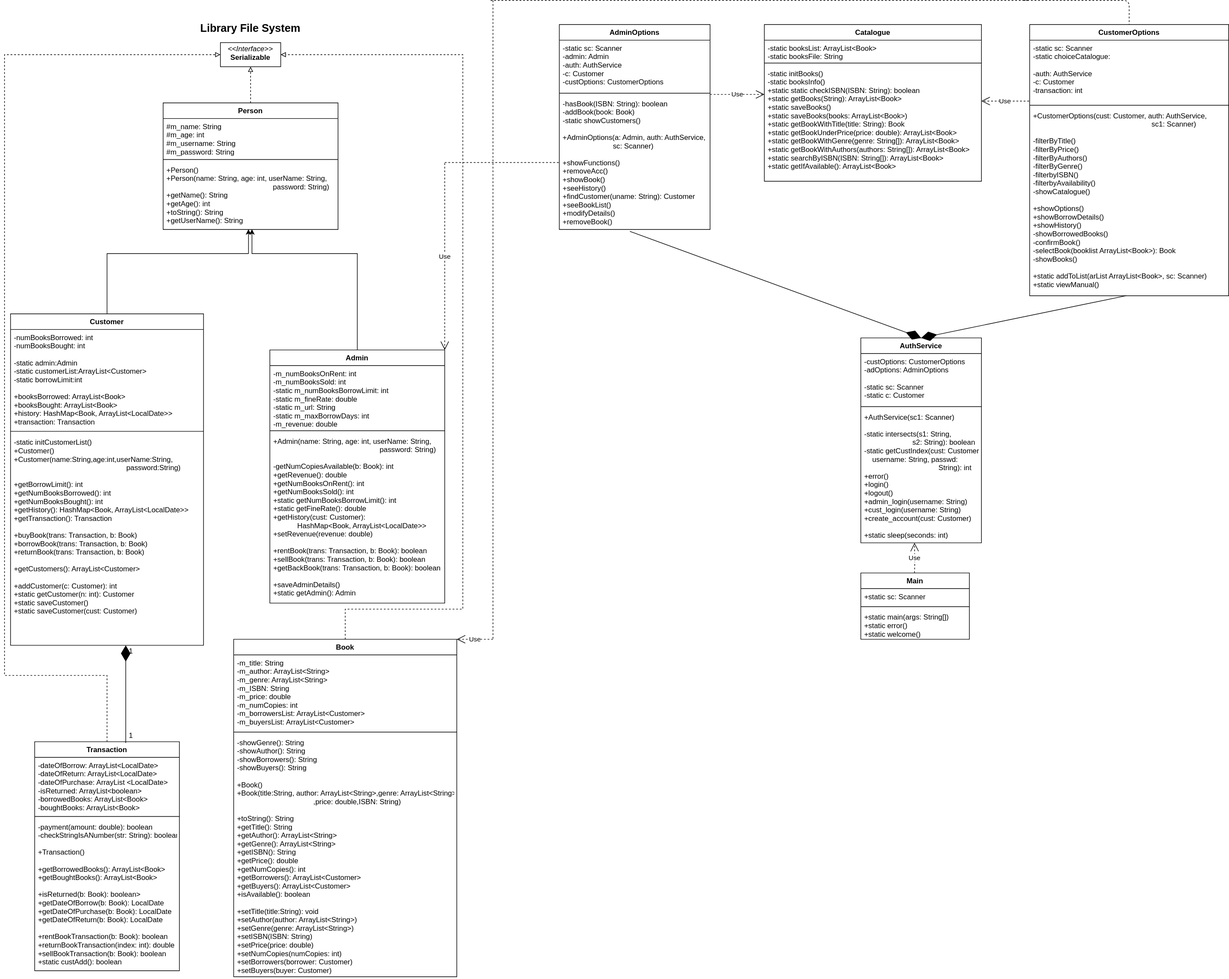
Earlier version of the draw.io export Library/control-flows/Library.svg (adarsh-kishore786/IT-Project). Source tidied: cells renumbered, new cells last; positions are measured from the earlier drawing's top-left corner, leaving out a move shared by most shapes.
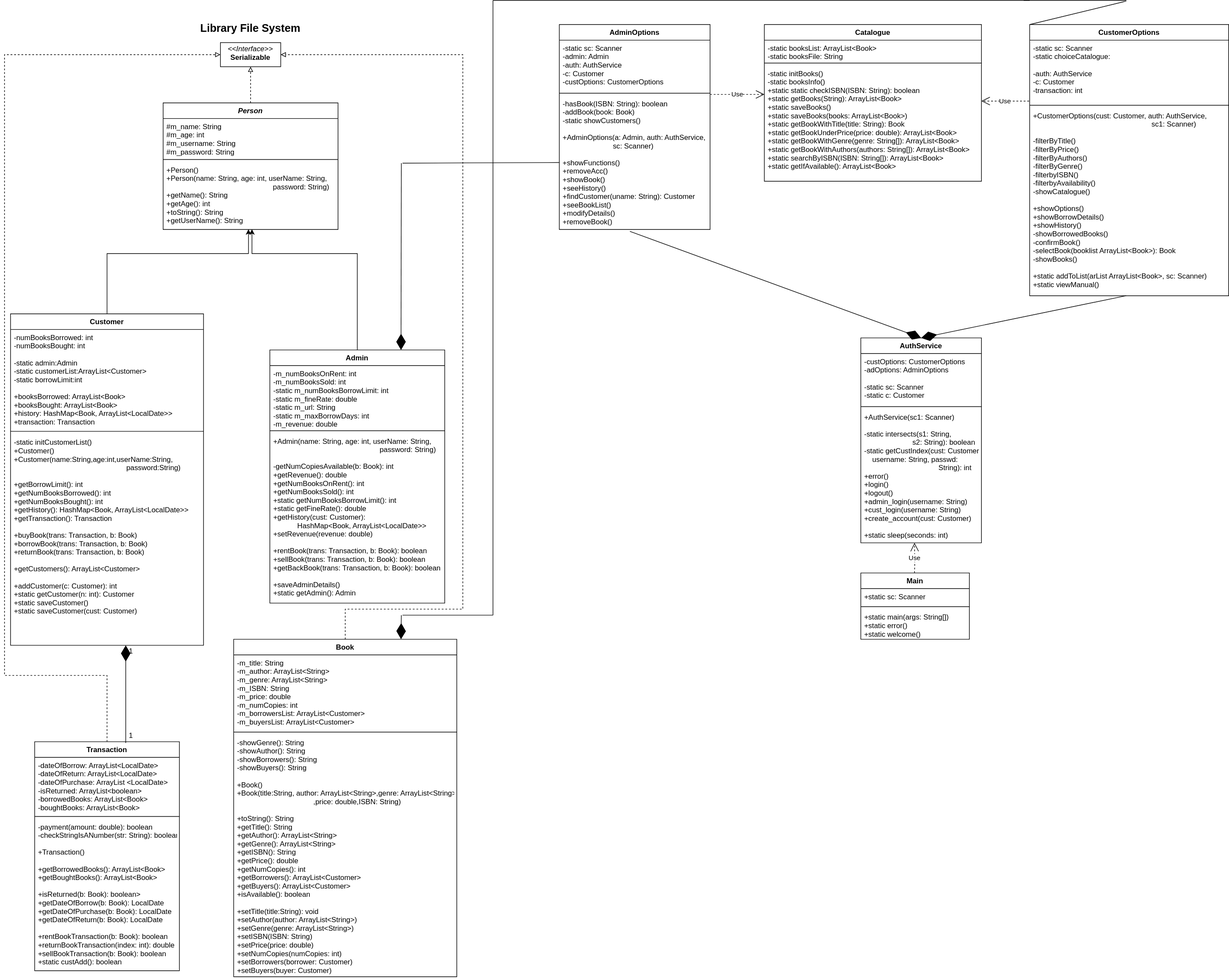
Above is the later version.

Diff of the diagram source:
```diff
@@ -5,7 +5,7 @@
     <mxCell id="2" style="edgeStyle=orthogonalEdgeStyle;rounded=0;jettySize=auto;html=1;exitX=0.5;exitY=0;exitDx=0;exitDy=0;entryX=0.5;entryY=1;entryDx=0;entryDy=0;dashed=1;endArrow=block;endFill=0;" parent="1" edge="1" source="3" target="28">
       <mxGeometry relative="1" as="geometry" />
     </mxCell>
-    <mxCell id="3" value="Person" style="swimlane;fontStyle=1;align=center;verticalAlign=top;horizontal=1;startSize=26;" parent="1" vertex="1">
+    <mxCell id="3" value="Person" style="swimlane;fontStyle=3;align=center;verticalAlign=top;horizontal=1;startSize=26;" parent="1" vertex="1">
       <mxGeometry x="263" y="170" width="290" height="210" as="geometry" />
     </mxCell>
     <mxCell id="4" value="#m_name: String&#10;#m_age: int&#10;#m_username: String&#10;#m_password: String" style="text;strokeColor=none;fillColor=none;align=left;verticalAlign=top;spacingLeft=4;spacingRight=4;overflow=hidden;" parent="3" vertex="1">
@@ -194,22 +194,12 @@
     <mxCell id="54" value="Use" style="endArrow=open;endSize=12;dashed=1;html=1;exitX=-0.003;exitY=0.971;exitDx=0;exitDy=0;exitPerimeter=0;entryX=1;entryY=0.307;entryDx=0;entryDy=0;entryPerimeter=0;rounded=0;" parent="1" edge="1" source="50" target="41">
       <mxGeometry relative="1" as="geometry" />
     </mxCell>
-    <mxCell id="55" value="Use" style="endArrow=open;endSize=12;dashed=1;html=1;entryX=1;entryY=0;entryDx=0;entryDy=0;" parent="1" edge="1" target="18">
-      <mxGeometry relative="1" as="geometry">
-        <mxPoint x="810" y="1060" as="sourcePoint" />
-      </mxGeometry>
-    </mxCell>
-    <mxCell id="56" value="Use" style="endArrow=open;endSize=12;dashed=1;html=1;entryX=1;entryY=0;entryDx=0;entryDy=0;" parent="1" edge="1" target="13">
-      <mxGeometry relative="1" as="geometry">
-        <mxPoint x="730" y="270" as="sourcePoint" />
-      </mxGeometry>
-    </mxCell>
-    <mxCell id="57" style="endArrow=none;dashed=1;html=1;entryX=0;entryY=0.5;entryDx=0;entryDy=0;" parent="1" edge="1" target="37">
+    <mxCell id="57" style="endArrow=none;html=1;entryX=0;entryY=0.5;entryDx=0;entryDy=0;" parent="1" edge="1" target="37">
       <mxGeometry relative="1" as="geometry">
-        <mxPoint x="730" y="269" as="sourcePoint" />
+        <mxPoint x="660" y="270" as="sourcePoint" />
       </mxGeometry>
     </mxCell>
-    <mxCell id="58" style="endArrow=none;dashed=1;html=1;entryX=0.5;entryY=0;entryDx=0;entryDy=0;" parent="1" edge="1" target="49">
+    <mxCell id="58" style="endArrow=none;html=1;entryX=0;entryY=0;entryDx=0;entryDy=0;" parent="1" edge="1" target="49">
       <mxGeometry relative="1" as="geometry">
         <mxPoint x="1690" as="sourcePoint" />
         <Array as="points">
@@ -217,16 +207,16 @@
         </Array>
       </mxGeometry>
     </mxCell>
-    <mxCell id="59" style="endArrow=none;dashed=1;html=1;" parent="1" edge="1">
+    <mxCell id="59" style="endArrow=none;html=1;" parent="1" edge="1">
       <mxGeometry relative="1" as="geometry">
-        <mxPoint x="806" as="sourcePoint" />
+        <mxPoint x="810" as="sourcePoint" />
         <mxPoint x="1700" as="targetPoint" />
       </mxGeometry>
     </mxCell>
-    <mxCell id="60" style="endArrow=none;dashed=1;html=1;" parent="1" edge="1">
+    <mxCell id="60" style="endArrow=none;html=1;" parent="1" edge="1">
       <mxGeometry relative="1" as="geometry">
         <mxPoint x="810" as="sourcePoint" />
-        <mxPoint x="810" y="1060" as="targetPoint" />
+        <mxPoint x="810" y="1020" as="targetPoint" />
       </mxGeometry>
     </mxCell>
     <mxCell id="61" style="endArrow=diamondThin;endFill=1;endSize=24;html=1;entryX=0.5;entryY=0;entryDx=0;entryDy=0;exitX=0.468;exitY=1.014;exitDx=0;exitDy=0;exitPerimeter=0;" parent="1" edge="1" source="37" target="45">
@@ -235,5 +225,21 @@
     <mxCell id="62" style="endArrow=diamondThin;endFill=1;endSize=24;html=1;entryX=0.5;entryY=0;entryDx=0;entryDy=0;exitX=0.485;exitY=1;exitDx=0;exitDy=0;exitPerimeter=0;" parent="1" edge="1" source="52" target="45">
       <mxGeometry relative="1" as="geometry" />
     </mxCell>
+    <mxCell id="63" style="endArrow=none;html=1;" parent="1" edge="1">
+      <mxGeometry relative="1" as="geometry">
+        <mxPoint x="660" y="1020" as="sourcePoint" />
+        <mxPoint x="810" y="1020" as="targetPoint" />
+      </mxGeometry>
+    </mxCell>
+    <mxCell id="64" style="endArrow=diamondThin;endFill=1;endSize=24;html=1;entryX=0.75;entryY=0;entryDx=0;entryDy=0;" parent="1" edge="1" target="13">
+      <mxGeometry relative="1" as="geometry">
+        <mxPoint x="658" y="270" as="sourcePoint" />
+      </mxGeometry>
+    </mxCell>
+    <mxCell id="65" style="endArrow=diamondThin;endFill=1;endSize=24;html=1;entryX=0.75;entryY=0;entryDx=0;entryDy=0;" parent="1" edge="1" target="18">
+      <mxGeometry relative="1" as="geometry">
+        <mxPoint x="658" y="1020" as="sourcePoint" />
+      </mxGeometry>
+    </mxCell>
   </root>
 </mxGraphModel>
```
